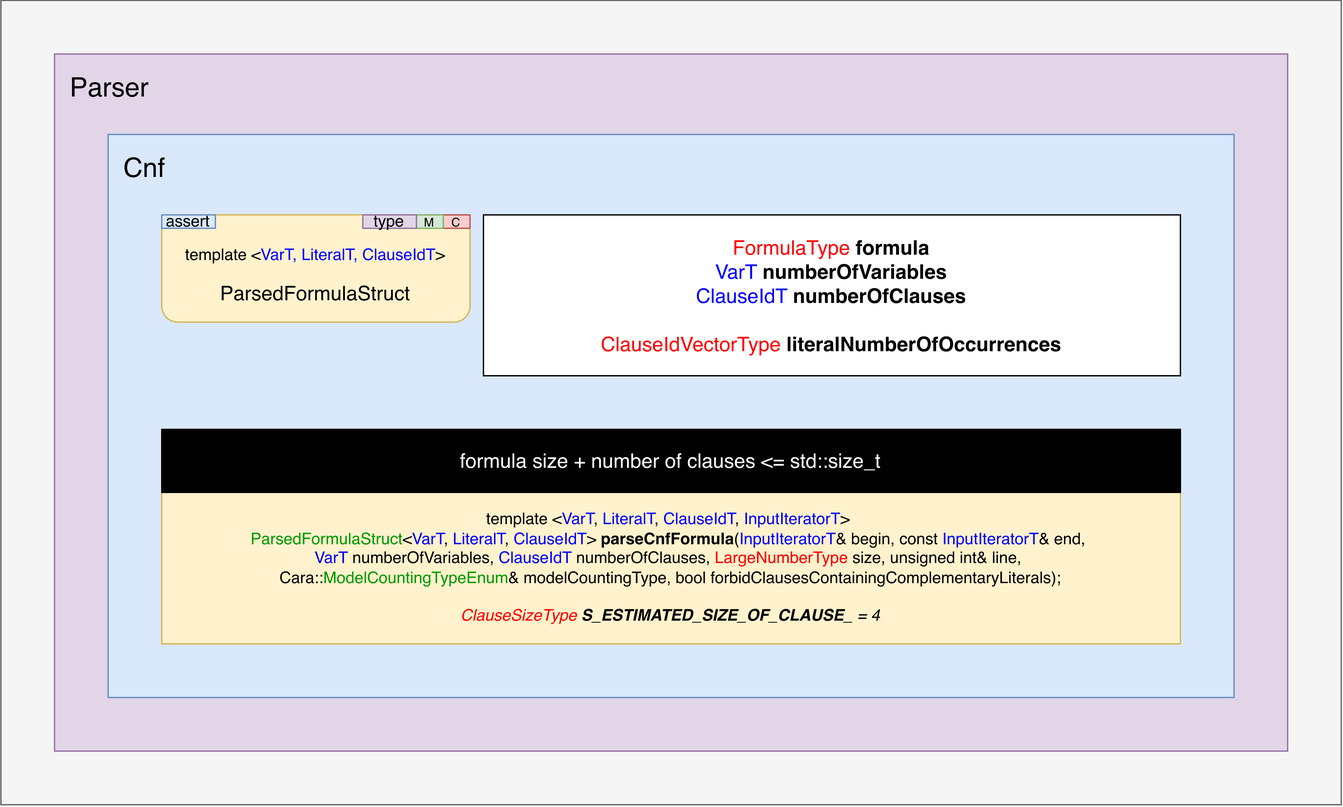
Earlier version of the draw.io export docs/parser.png (Illner/Hydra). Source tidied: cells renumbered, new cells last; positions are measured from the earlier drawing's top-left corner, leaving out a move shared by most shapes. The source it was exported from:
```xml
<mxGraphModel>
  <root>
    <mxCell id="0" />
    <mxCell id="1" parent="0" />
    <mxCell id="2" style="rounded=0;whiteSpace=wrap;html=1;fontSize=15;fillColor=#f5f5f5;strokeColor=#666666;fontColor=#333333;" parent="1" vertex="1">
      <mxGeometry width="1000" height="600" as="geometry" />
    </mxCell>
    <mxCell id="3" style="rounded=0;whiteSpace=wrap;html=1;fillColor=#e1d5e7;strokeColor=#9673a6;" parent="1" vertex="1">
      <mxGeometry x="40" y="40" width="920" height="520" as="geometry" />
    </mxCell>
    <mxCell id="4" value="Parser" style="text;html=1;strokeColor=none;fillColor=none;align=left;verticalAlign=middle;whiteSpace=wrap;rounded=0;fontSize=20;" parent="1" vertex="1">
      <mxGeometry x="50" y="50" width="60" height="30" as="geometry" />
    </mxCell>
    <mxCell id="5" style="rounded=0;whiteSpace=wrap;html=1;fillColor=#dae8fc;strokeColor=#6c8ebf;" parent="1" vertex="1">
      <mxGeometry x="80" y="100" width="840" height="420" as="geometry" />
    </mxCell>
    <mxCell id="6" value="Cnf" style="text;html=1;strokeColor=none;fillColor=none;align=left;verticalAlign=middle;whiteSpace=wrap;rounded=0;fontSize=20;" parent="1" vertex="1">
      <mxGeometry x="90" y="110" width="60" height="30" as="geometry" />
    </mxCell>
    <mxCell id="7" value="&lt;font style=&quot;font-size: 15px;&quot;&gt;&lt;span style=&quot;font-size: 12px;&quot;&gt;template &amp;lt;&lt;/span&gt;&lt;font color=&quot;#0000ff&quot; style=&quot;font-size: 12px;&quot;&gt;VarT, LiteralT, &lt;/font&gt;&lt;span style=&quot;color: rgb(0, 0, 255); font-size: 12px;&quot;&gt;ClauseIdT&lt;/span&gt;&lt;span style=&quot;font-size: 12px;&quot;&gt;&amp;gt;&lt;/span&gt;&lt;br&gt;ParsedFormulaStruct&lt;/font&gt;" style="rounded=1;whiteSpace=wrap;html=1;fontSize=25;fillColor=#fff2cc;strokeColor=#d6b656;" parent="1" vertex="1">
      <mxGeometry x="120" y="160" width="230" height="80" as="geometry" />
    </mxCell>
    <mxCell id="8" value="&lt;div style=&quot;text-align: justify&quot;&gt;&lt;span style=&quot;font-size: 9px;&quot;&gt;C&lt;/span&gt;&lt;br&gt;&lt;/div&gt;" style="rounded=0;whiteSpace=wrap;html=1;fillColor=#f8cecc;strokeColor=#b85450;" parent="1" vertex="1">
      <mxGeometry x="330" y="160" width="20" height="10" as="geometry" />
    </mxCell>
    <mxCell id="9" value="&lt;div style=&quot;text-align: justify&quot;&gt;&lt;span style=&quot;font-size: 9px;&quot;&gt;M&lt;/span&gt;&lt;br&gt;&lt;/div&gt;" style="rounded=0;whiteSpace=wrap;html=1;fillColor=#d5e8d4;strokeColor=#82b366;" parent="1" vertex="1">
      <mxGeometry x="310" y="160" width="20" height="10" as="geometry" />
    </mxCell>
    <mxCell id="10" value="&lt;div&gt;&lt;span style=&quot;color: rgb(255, 0, 0);&quot;&gt;FormulaType&lt;/span&gt; &lt;b&gt;formula&lt;/b&gt;&lt;/div&gt;&lt;div&gt;&lt;span style=&quot;color: rgb(0, 0, 255);&quot;&gt;VarT&lt;/span&gt; &lt;b&gt;numberOfVariables&lt;/b&gt;&lt;/div&gt;&lt;div&gt;&lt;span style=&quot;color: light-dark(rgb(0, 0, 255), rgb(0, 0, 255));&quot;&gt;ClauseIdT&lt;/span&gt; &lt;b&gt;numberOfClauses&lt;/b&gt;&lt;/div&gt;&lt;div&gt;&lt;br&gt;&lt;/div&gt;&lt;div&gt;&lt;span style=&quot;color: rgb(255, 0, 0);&quot;&gt;ClauseIdVectorType&lt;/span&gt; &lt;b&gt;literalNumberOfOccurrences&lt;/b&gt;&lt;/div&gt;" style="rounded=0;whiteSpace=wrap;html=1;fontSize=15;" parent="1" vertex="1">
      <mxGeometry x="360" y="160" width="520" height="120" as="geometry" />
    </mxCell>
    <mxCell id="11" value="&lt;div style=&quot;text-align: justify&quot;&gt;assert&lt;br&gt;&lt;/div&gt;" style="rounded=0;whiteSpace=wrap;html=1;fillColor=#dae8fc;strokeColor=#6c8ebf;" parent="1" vertex="1">
      <mxGeometry x="120" y="160" width="40" height="10" as="geometry" />
    </mxCell>
    <mxCell id="12" value="&lt;div style=&quot;text-align: justify&quot;&gt;type&lt;br&gt;&lt;/div&gt;" style="rounded=0;whiteSpace=wrap;html=1;fillColor=#e1d5e7;strokeColor=#9673a6;" parent="1" vertex="1">
      <mxGeometry x="270" y="160" width="40" height="10" as="geometry" />
    </mxCell>
    <mxCell id="13" value="&lt;font&gt;template &amp;lt;&lt;span style=&quot;color: light-dark(rgb(0, 0, 255), rgb(0, 0, 255));&quot;&gt;VarT&lt;/span&gt;, &lt;span style=&quot;color: light-dark(rgb(0, 0, 255), rgb(0, 0, 255));&quot;&gt;LiteralT&lt;/span&gt;, &lt;span style=&quot;color: light-dark(rgb(0, 0, 255), rgb(0, 0, 255));&quot;&gt;ClauseIdT&lt;/span&gt;, &lt;span style=&quot;color: light-dark(rgb(0, 0, 255), rgb(0, 0, 255));&quot;&gt;InputIteratorT&lt;/span&gt;&amp;gt;&amp;nbsp;&lt;/font&gt;&lt;div&gt;&lt;font&gt;&lt;span style=&quot;color: rgb(0, 153, 0);&quot;&gt;ParsedFormulaStruct&lt;/span&gt;&amp;lt;&lt;span style=&quot;color: rgb(0, 0, 255);&quot;&gt;VarT&lt;/span&gt;, &lt;span style=&quot;color: light-dark(rgb(0, 0, 255), rgb(0, 0, 255));&quot;&gt;LiteralT&lt;/span&gt;, &lt;span style=&quot;color: light-dark(rgb(0, 0, 255), rgb(0, 0, 255));&quot;&gt;ClauseIdT&lt;/span&gt;&amp;gt; &lt;b&gt;parseCnfFormula&lt;/b&gt;(&lt;span style=&quot;color: light-dark(rgb(0, 0, 255), rgb(0, 0, 255));&quot;&gt;InputIteratorT&lt;/span&gt;&amp;amp; begin,&amp;nbsp;&lt;/font&gt;&lt;font style=&quot;background-color: transparent; color: light-dark(rgb(0, 0, 0), rgb(255, 255, 255));&quot;&gt;const &lt;span style=&quot;color: light-dark(rgb(0, 0, 255), rgb(0, 0, 255));&quot;&gt;InputIteratorT&lt;/span&gt;&amp;amp; end,&amp;nbsp;&lt;/font&gt;&lt;/div&gt;&lt;div&gt;&lt;span style=&quot;background-color: transparent; color: light-dark(rgb(0, 0, 255), rgb(0, 0, 255));&quot;&gt;VarT&lt;/span&gt;&lt;span style=&quot;background-color: transparent; color: light-dark(rgb(0, 0, 0), rgb(255, 255, 255));&quot;&gt; numberOfVariables, &lt;/span&gt;&lt;span style=&quot;background-color: transparent; color: light-dark(rgb(0, 0, 255), rgb(0, 0, 255));&quot;&gt;ClauseIdT&lt;/span&gt;&lt;span style=&quot;background-color: transparent; color: light-dark(rgb(0, 0, 0), rgb(255, 255, 255));&quot;&gt; numberOfClauses,&amp;nbsp;&lt;/span&gt;&lt;span style=&quot;background-color: transparent; color: rgb(255, 0, 0);&quot;&gt;LargeNumberType&lt;/span&gt;&lt;span style=&quot;background-color: transparent; color: light-dark(rgb(0, 0, 0), rgb(255, 255, 255));&quot;&gt; size, unsigned int&amp;amp; line,&amp;nbsp;&lt;/span&gt;&lt;/div&gt;&lt;div&gt;&lt;font&gt;Cara::&lt;span style=&quot;color: rgb(0, 153, 0);&quot;&gt;ModelCountingTypeEnum&lt;/span&gt;&amp;amp; modelCountingType, bool forbidClausesContainingComplementaryLiterals);&lt;/font&gt;&lt;/div&gt;&lt;div&gt;&lt;font&gt;&lt;br&gt;&lt;/font&gt;&lt;/div&gt;&lt;div&gt;&lt;i&gt;&lt;font&gt;&lt;span style=&quot;color: light-dark(rgb(255, 0, 0), rgb(255, 0, 0));&quot;&gt;ClauseSizeType&lt;/span&gt; &lt;b style=&quot;&quot;&gt;S_ESTIMATED_SIZE_OF_CLAUSE_&lt;/b&gt; = 4&lt;/font&gt;&lt;/i&gt;&lt;/div&gt;" style="rounded=0;whiteSpace=wrap;html=1;fillColor=#fff2cc;strokeColor=#d6b656;" parent="1" vertex="1">
      <mxGeometry x="120" y="367" width="760" height="113" as="geometry" />
    </mxCell>
    <mxCell id="14" value="formula size + number of clauses &amp;lt;= std::size_t" style="rounded=0;whiteSpace=wrap;html=1;fontSize=15;fillColor=#000000;fontColor=#FFFFFF;" parent="1" vertex="1">
      <mxGeometry x="120" y="320" width="760" height="47" as="geometry" />
    </mxCell>
  </root>
</mxGraphModel>
```
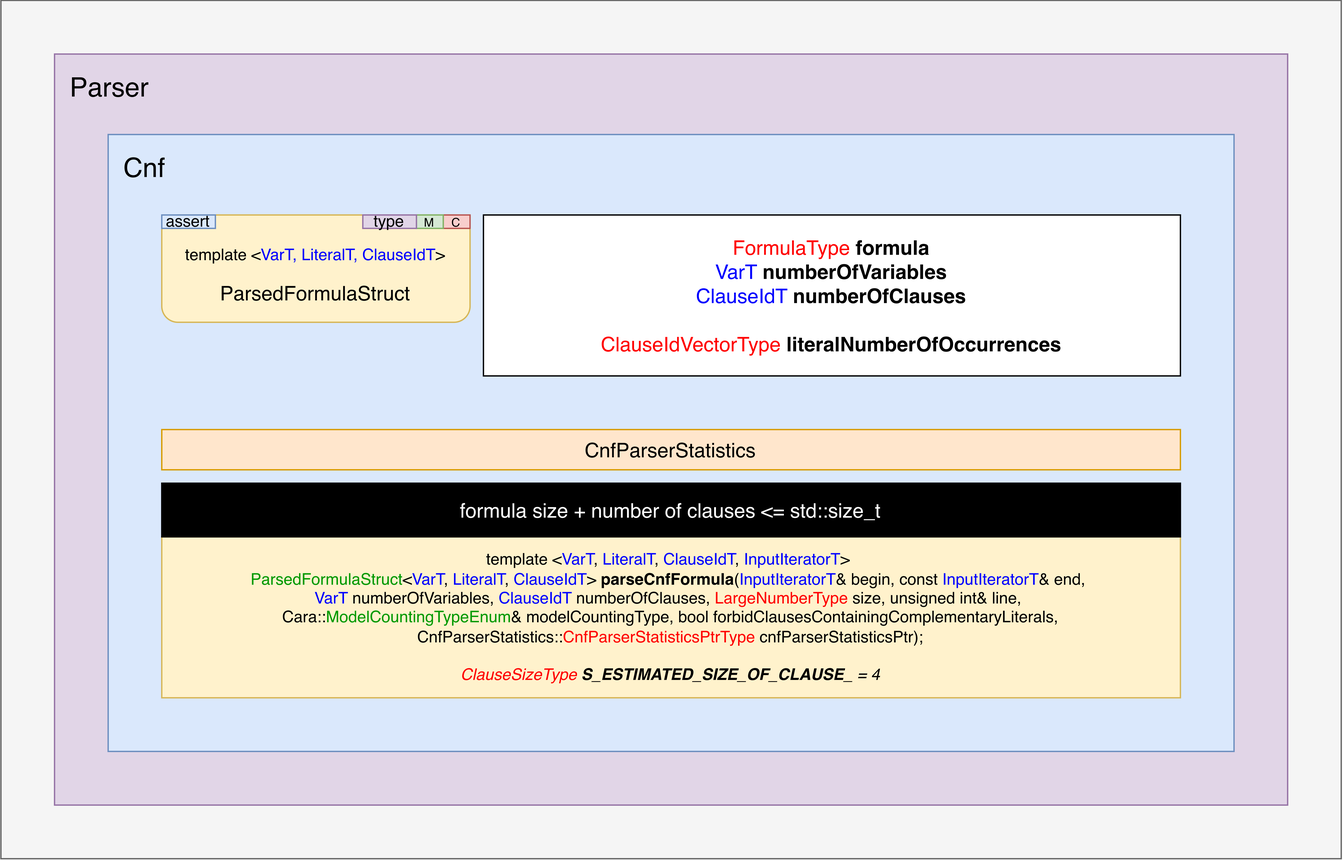
Above is the later version.

Diff of the diagram source:
```diff
@@ -3,16 +3,16 @@
     <mxCell id="0" />
     <mxCell id="1" parent="0" />
     <mxCell id="2" style="rounded=0;whiteSpace=wrap;html=1;fontSize=15;fillColor=#f5f5f5;strokeColor=#666666;fontColor=#333333;" parent="1" vertex="1">
-      <mxGeometry width="1000" height="600" as="geometry" />
+      <mxGeometry width="1000" height="640" as="geometry" />
     </mxCell>
     <mxCell id="3" style="rounded=0;whiteSpace=wrap;html=1;fillColor=#e1d5e7;strokeColor=#9673a6;" parent="1" vertex="1">
-      <mxGeometry x="40" y="40" width="920" height="520" as="geometry" />
+      <mxGeometry x="40" y="40" width="920" height="560" as="geometry" />
     </mxCell>
     <mxCell id="4" value="Parser" style="text;html=1;strokeColor=none;fillColor=none;align=left;verticalAlign=middle;whiteSpace=wrap;rounded=0;fontSize=20;" parent="1" vertex="1">
       <mxGeometry x="50" y="50" width="60" height="30" as="geometry" />
     </mxCell>
     <mxCell id="5" style="rounded=0;whiteSpace=wrap;html=1;fillColor=#dae8fc;strokeColor=#6c8ebf;" parent="1" vertex="1">
-      <mxGeometry x="80" y="100" width="840" height="420" as="geometry" />
+      <mxGeometry x="80" y="100" width="840" height="460" as="geometry" />
     </mxCell>
     <mxCell id="6" value="Cnf" style="text;html=1;strokeColor=none;fillColor=none;align=left;verticalAlign=middle;whiteSpace=wrap;rounded=0;fontSize=20;" parent="1" vertex="1">
       <mxGeometry x="90" y="110" width="60" height="30" as="geometry" />
@@ -35,11 +35,14 @@
     <mxCell id="12" value="&lt;div style=&quot;text-align: justify&quot;&gt;type&lt;br&gt;&lt;/div&gt;" style="rounded=0;whiteSpace=wrap;html=1;fillColor=#e1d5e7;strokeColor=#9673a6;" parent="1" vertex="1">
       <mxGeometry x="270" y="160" width="40" height="10" as="geometry" />
     </mxCell>
-    <mxCell id="13" value="&lt;font&gt;template &amp;lt;&lt;span style=&quot;color: light-dark(rgb(0, 0, 255), rgb(0, 0, 255));&quot;&gt;VarT&lt;/span&gt;, &lt;span style=&quot;color: light-dark(rgb(0, 0, 255), rgb(0, 0, 255));&quot;&gt;LiteralT&lt;/span&gt;, &lt;span style=&quot;color: light-dark(rgb(0, 0, 255), rgb(0, 0, 255));&quot;&gt;ClauseIdT&lt;/span&gt;, &lt;span style=&quot;color: light-dark(rgb(0, 0, 255), rgb(0, 0, 255));&quot;&gt;InputIteratorT&lt;/span&gt;&amp;gt;&amp;nbsp;&lt;/font&gt;&lt;div&gt;&lt;font&gt;&lt;span style=&quot;color: rgb(0, 153, 0);&quot;&gt;ParsedFormulaStruct&lt;/span&gt;&amp;lt;&lt;span style=&quot;color: rgb(0, 0, 255);&quot;&gt;VarT&lt;/span&gt;, &lt;span style=&quot;color: light-dark(rgb(0, 0, 255), rgb(0, 0, 255));&quot;&gt;LiteralT&lt;/span&gt;, &lt;span style=&quot;color: light-dark(rgb(0, 0, 255), rgb(0, 0, 255));&quot;&gt;ClauseIdT&lt;/span&gt;&amp;gt; &lt;b&gt;parseCnfFormula&lt;/b&gt;(&lt;span style=&quot;color: light-dark(rgb(0, 0, 255), rgb(0, 0, 255));&quot;&gt;InputIteratorT&lt;/span&gt;&amp;amp; begin,&amp;nbsp;&lt;/font&gt;&lt;font style=&quot;background-color: transparent; color: light-dark(rgb(0, 0, 0), rgb(255, 255, 255));&quot;&gt;const &lt;span style=&quot;color: light-dark(rgb(0, 0, 255), rgb(0, 0, 255));&quot;&gt;InputIteratorT&lt;/span&gt;&amp;amp; end,&amp;nbsp;&lt;/font&gt;&lt;/div&gt;&lt;div&gt;&lt;span style=&quot;background-color: transparent; color: light-dark(rgb(0, 0, 255), rgb(0, 0, 255));&quot;&gt;VarT&lt;/span&gt;&lt;span style=&quot;background-color: transparent; color: light-dark(rgb(0, 0, 0), rgb(255, 255, 255));&quot;&gt; numberOfVariables, &lt;/span&gt;&lt;span style=&quot;background-color: transparent; color: light-dark(rgb(0, 0, 255), rgb(0, 0, 255));&quot;&gt;ClauseIdT&lt;/span&gt;&lt;span style=&quot;background-color: transparent; color: light-dark(rgb(0, 0, 0), rgb(255, 255, 255));&quot;&gt; numberOfClauses,&amp;nbsp;&lt;/span&gt;&lt;span style=&quot;background-color: transparent; color: rgb(255, 0, 0);&quot;&gt;LargeNumberType&lt;/span&gt;&lt;span style=&quot;background-color: transparent; color: light-dark(rgb(0, 0, 0), rgb(255, 255, 255));&quot;&gt; size, unsigned int&amp;amp; line,&amp;nbsp;&lt;/span&gt;&lt;/div&gt;&lt;div&gt;&lt;font&gt;Cara::&lt;span style=&quot;color: rgb(0, 153, 0);&quot;&gt;ModelCountingTypeEnum&lt;/span&gt;&amp;amp; modelCountingType, bool forbidClausesContainingComplementaryLiterals);&lt;/font&gt;&lt;/div&gt;&lt;div&gt;&lt;font&gt;&lt;br&gt;&lt;/font&gt;&lt;/div&gt;&lt;div&gt;&lt;i&gt;&lt;font&gt;&lt;span style=&quot;color: light-dark(rgb(255, 0, 0), rgb(255, 0, 0));&quot;&gt;ClauseSizeType&lt;/span&gt; &lt;b style=&quot;&quot;&gt;S_ESTIMATED_SIZE_OF_CLAUSE_&lt;/b&gt; = 4&lt;/font&gt;&lt;/i&gt;&lt;/div&gt;" style="rounded=0;whiteSpace=wrap;html=1;fillColor=#fff2cc;strokeColor=#d6b656;" parent="1" vertex="1">
-      <mxGeometry x="120" y="367" width="760" height="113" as="geometry" />
+    <mxCell id="13" value="&lt;font&gt;template &amp;lt;&lt;span style=&quot;color: light-dark(rgb(0, 0, 255), rgb(0, 0, 255));&quot;&gt;VarT&lt;/span&gt;, &lt;span style=&quot;color: light-dark(rgb(0, 0, 255), rgb(0, 0, 255));&quot;&gt;LiteralT&lt;/span&gt;, &lt;span style=&quot;color: light-dark(rgb(0, 0, 255), rgb(0, 0, 255));&quot;&gt;ClauseIdT&lt;/span&gt;, &lt;span style=&quot;color: light-dark(rgb(0, 0, 255), rgb(0, 0, 255));&quot;&gt;InputIteratorT&lt;/span&gt;&amp;gt;&amp;nbsp;&lt;/font&gt;&lt;div&gt;&lt;font&gt;&lt;font&gt;&lt;span style=&quot;color: rgb(0, 153, 0);&quot;&gt;ParsedFormulaStruct&lt;/span&gt;&amp;lt;&lt;span style=&quot;color: rgb(0, 0, 255);&quot;&gt;VarT&lt;/span&gt;, &lt;span style=&quot;color: light-dark(rgb(0, 0, 255), rgb(0, 0, 255));&quot;&gt;LiteralT&lt;/span&gt;, &lt;span style=&quot;color: light-dark(rgb(0, 0, 255), rgb(0, 0, 255));&quot;&gt;ClauseIdT&lt;/span&gt;&amp;gt; &lt;b&gt;parseCnfFormula&lt;/b&gt;(&lt;span style=&quot;color: light-dark(rgb(0, 0, 255), rgb(0, 0, 255));&quot;&gt;InputIteratorT&lt;/span&gt;&amp;amp; begin,&amp;nbsp;&lt;/font&gt;&lt;font style=&quot;background-color: transparent; color: light-dark(rgb(0, 0, 0), rgb(255, 255, 255));&quot;&gt;const &lt;span style=&quot;color: light-dark(rgb(0, 0, 255), rgb(0, 0, 255));&quot;&gt;InputIteratorT&lt;/span&gt;&amp;amp; end,&amp;nbsp;&lt;/font&gt;&lt;/font&gt;&lt;/div&gt;&lt;div&gt;&lt;font&gt;&lt;span style=&quot;background-color: transparent; color: light-dark(rgb(0, 0, 255), rgb(0, 0, 255));&quot;&gt;VarT&lt;/span&gt;&lt;span style=&quot;background-color: transparent; color: light-dark(rgb(0, 0, 0), rgb(255, 255, 255));&quot;&gt; numberOfVariables, &lt;/span&gt;&lt;span style=&quot;background-color: transparent; color: light-dark(rgb(0, 0, 255), rgb(0, 0, 255));&quot;&gt;ClauseIdT&lt;/span&gt;&lt;span style=&quot;background-color: transparent; color: light-dark(rgb(0, 0, 0), rgb(255, 255, 255));&quot;&gt; numberOfClauses,&amp;nbsp;&lt;/span&gt;&lt;span style=&quot;background-color: transparent; color: rgb(255, 0, 0);&quot;&gt;LargeNumberType&lt;/span&gt;&lt;span style=&quot;background-color: transparent; color: light-dark(rgb(0, 0, 0), rgb(255, 255, 255));&quot;&gt; size, unsigned int&amp;amp; line,&amp;nbsp;&lt;/span&gt;&lt;/font&gt;&lt;/div&gt;&lt;div&gt;&lt;font&gt;Cara::&lt;span style=&quot;color: rgb(0, 153, 0);&quot;&gt;ModelCountingTypeEnum&lt;/span&gt;&amp;amp; modelCountingType, bool forbidClausesContainingComplementaryLiterals,&lt;/font&gt;&lt;/div&gt;&lt;div&gt;&lt;font&gt;CnfParserStatistics::&lt;span style=&quot;color: light-dark(rgb(255, 0, 0), rgb(255, 0, 0));&quot;&gt;CnfParserStatisticsPtrType&lt;/span&gt; cnfParserStatisticsPtr);&lt;/font&gt;&lt;/div&gt;&lt;div&gt;&lt;font&gt;&lt;br&gt;&lt;/font&gt;&lt;/div&gt;&lt;div&gt;&lt;i&gt;&lt;font&gt;&lt;span style=&quot;color: light-dark(rgb(255, 0, 0), rgb(255, 0, 0));&quot;&gt;ClauseSizeType&lt;/span&gt; &lt;b style=&quot;&quot;&gt;S_ESTIMATED_SIZE_OF_CLAUSE_&lt;/b&gt; = 4&lt;/font&gt;&lt;/i&gt;&lt;/div&gt;" style="rounded=0;whiteSpace=wrap;html=1;fillColor=#fff2cc;strokeColor=#d6b656;" parent="1" vertex="1">
+      <mxGeometry x="120" y="400" width="760" height="120" as="geometry" />
     </mxCell>
     <mxCell id="14" value="formula size + number of clauses &amp;lt;= std::size_t" style="rounded=0;whiteSpace=wrap;html=1;fontSize=15;fillColor=#000000;fontColor=#FFFFFF;" parent="1" vertex="1">
-      <mxGeometry x="120" y="320" width="760" height="47" as="geometry" />
+      <mxGeometry x="120" y="360" width="760" height="40" as="geometry" />
     </mxCell>
+    <mxCell id="15" value="&lt;font style=&quot;font-size: 15px;&quot;&gt;CnfParserStatistics&lt;/font&gt;" style="rounded=0;whiteSpace=wrap;html=1;fontSize=15;fillColor=#ffe6cc;strokeColor=#d79b00;" parent="1" vertex="1">
+      <mxGeometry x="120" y="320" width="760" height="30" as="geometry" />
+    </mxCell>
   </root>
 </mxGraphModel>
```
